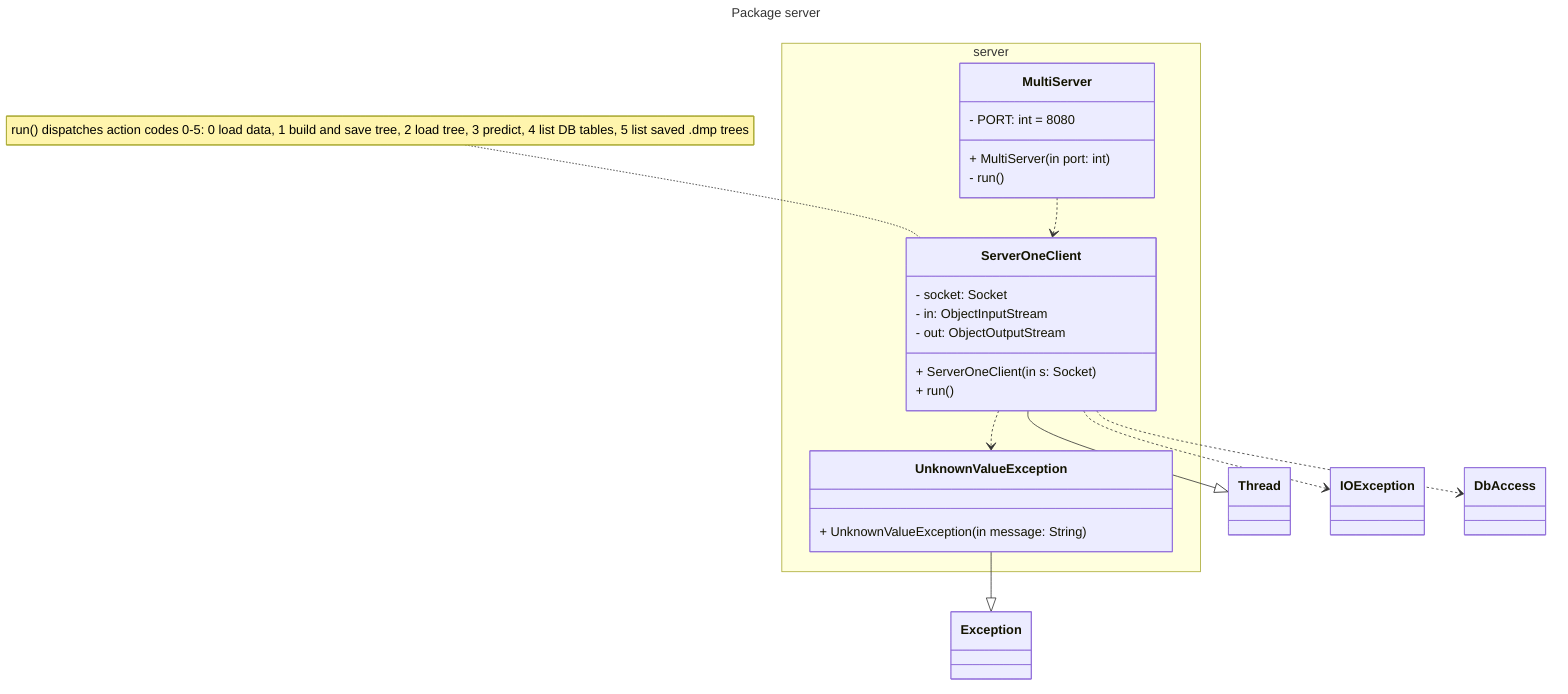
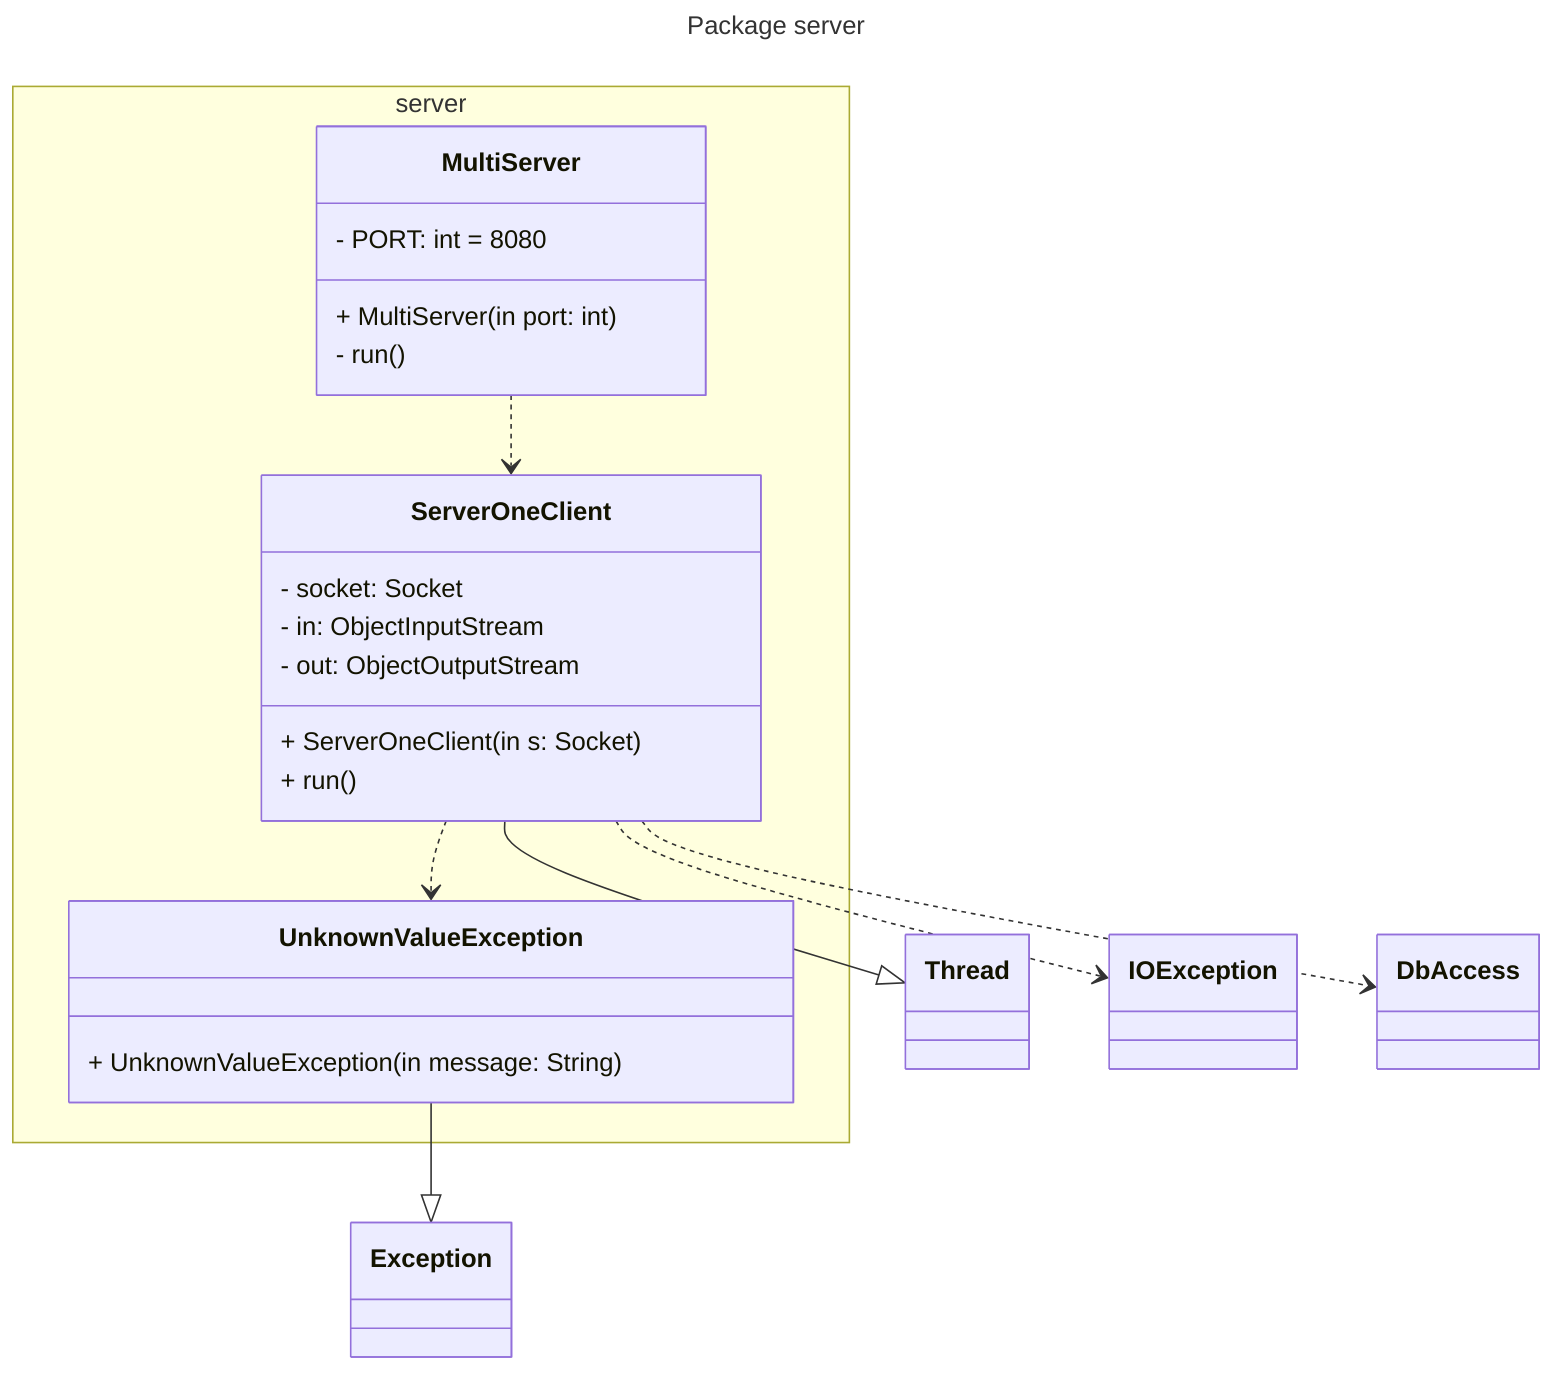
---
title: Package server
---
classDiagram
    namespace server {
        class MultiServer
        class ServerOneClient
        class UnknownValueException
    }

    class MultiServer {
        - PORT: int = 8080
        + MultiServer(in port: int)
        - run()
    }

    class ServerOneClient{
        - socket: Socket
        - in: ObjectInputStream
        - out: ObjectOutputStream
        + ServerOneClient(in s: Socket)
        + run()
    }

    class UnknownValueException{
        + UnknownValueException(in message: String)
    }

    class Thread{
    }

    class IOException{
    }

    class DbAccess{
    }

    ServerOneClient --|> Thread
    ServerOneClient ..> UnknownValueException
    ServerOneClient ..> IOException
    ServerOneClient ..> DbAccess
    MultiServer ..> ServerOneClient
    UnknownValueException --|> Exception

-     note for ServerOneClient "run() dispatches action codes 0-5: 0 load data, 1 build and save tree, 2 load tree, 3 predict, 4 list DB tables, 5 list saved .dmp trees"
